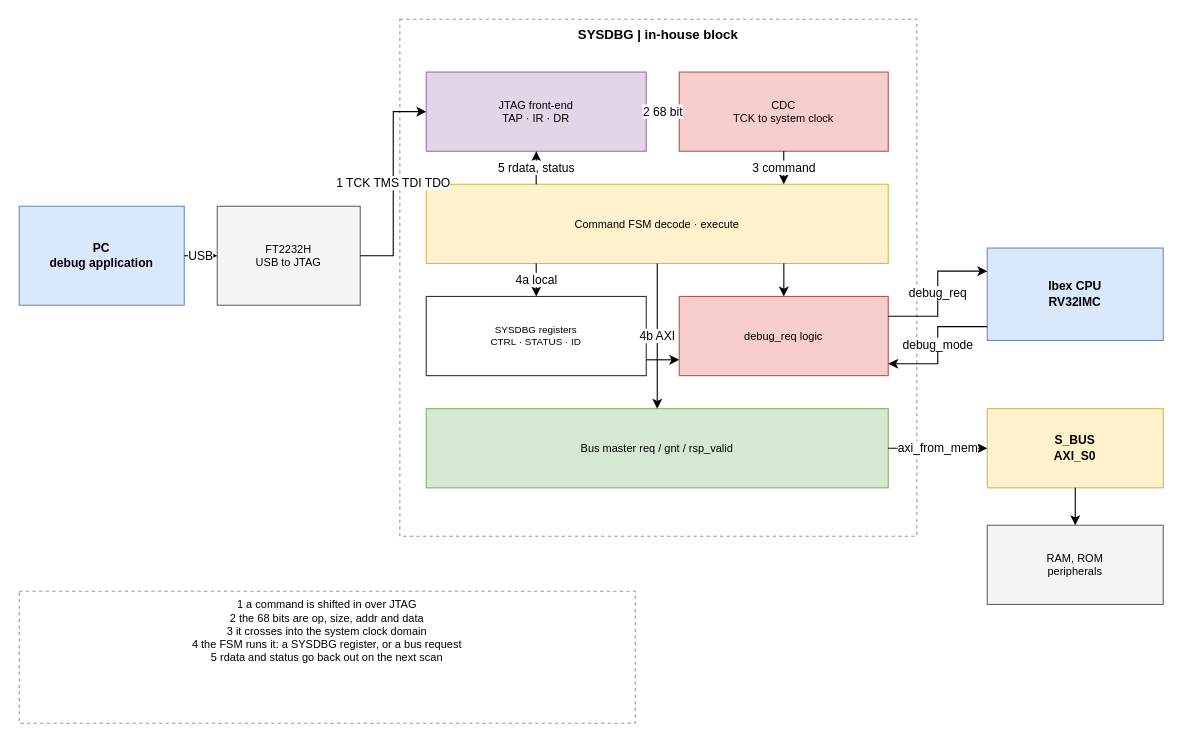
Above: doc/drawio/QNSC_Debugger_Block.drawio in quynhonsemiconductor/vlsi_deep_training (draw.io), before the change. Source tidied: cells renumbered, new cells numbered last; positions are measured from the earlier drawing's top-left corner, leaving out a move shared by most shapes. Both pictures are drawn from the tidied source at 110%, with x=0, y=0 at pixel (19, 19).
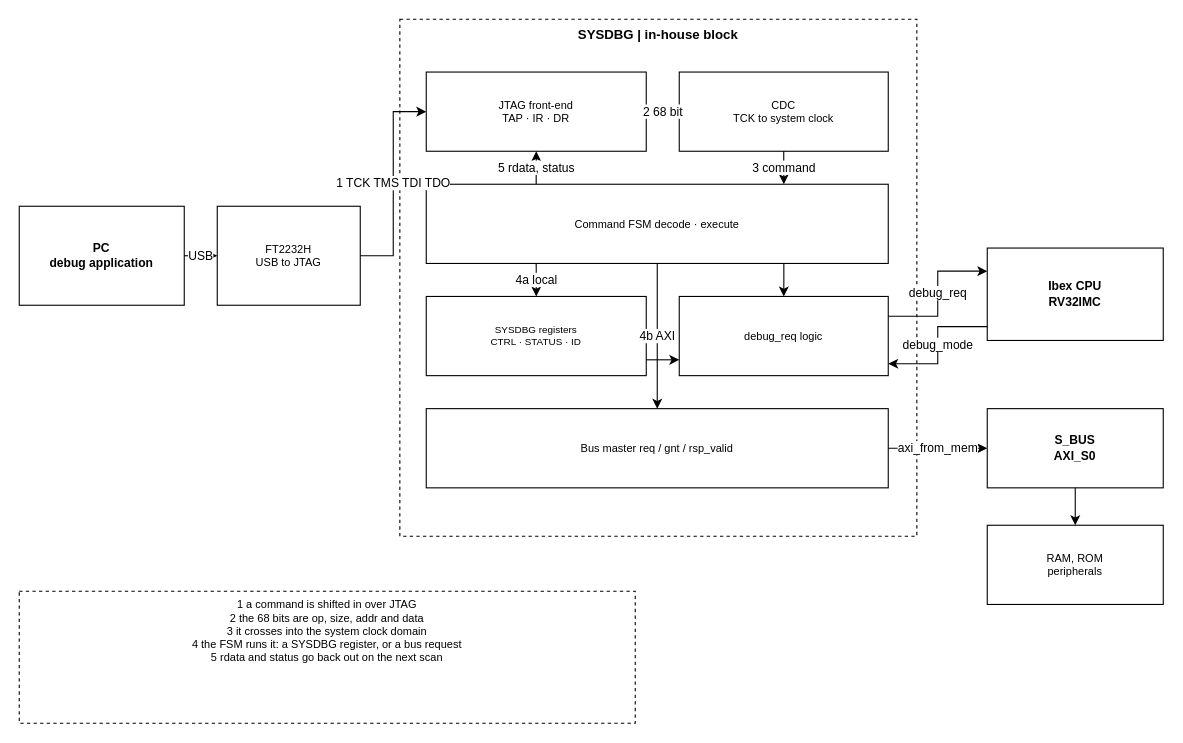
The same diagram, later.

The edit, as a diff of the source:
```diff
@@
-    <mxCell id="2" value="PC&#10;debug application" style="rounded=0;whiteSpace=wrap;html=1;fillColor=#dae8fc;strokeColor=#6c8ebf;fontSize=11;dashed=0;fontStyle=1;verticalAlign=middle;" parent="1" vertex="1">
+    <mxCell id="2" value="PC&#10;debug application" style="rounded=0;whiteSpace=wrap;html=1;fillColor=#ffffff;strokeColor=#000000;fontSize=11;dashed=0;fontStyle=1;verticalAlign=middle;" parent="1" vertex="1">
       <mxGeometry y="170" width="150" height="90" as="geometry" />
     </mxCell>
-    <mxCell id="3" value="FT2232H&#10;USB to JTAG" style="rounded=0;whiteSpace=wrap;html=1;fillColor=#f5f5f5;strokeColor=#666666;fontSize=10;dashed=0;verticalAlign=middle;" parent="1" vertex="1">
+    <mxCell id="3" value="FT2232H&#10;USB to JTAG" style="rounded=0;whiteSpace=wrap;html=1;fillColor=#ffffff;strokeColor=#000000;fontSize=10;dashed=0;verticalAlign=middle;" parent="1" vertex="1">
       <mxGeometry x="180" y="170" width="130" height="90" as="geometry" />
     </mxCell>
-    <mxCell id="4" value="SYSDBG  |  in-house block" style="rounded=0;whiteSpace=wrap;html=1;fillColor=none;strokeColor=#999999;fontSize=12;dashed=1;fontStyle=1;verticalAlign=top;" parent="1" vertex="1">
+    <mxCell id="4" value="SYSDBG  |  in-house block" style="rounded=0;whiteSpace=wrap;html=1;fillColor=none;strokeColor=#000000;fontSize=12;dashed=1;fontStyle=1;verticalAlign=top;" parent="1" vertex="1">
       <mxGeometry x="346" width="470" height="470" as="geometry" />
     </mxCell>
-    <mxCell id="5" value="JTAG front-end&#10;TAP · IR · DR" style="rounded=0;whiteSpace=wrap;html=1;fillColor=#e1d5e7;strokeColor=#9673a6;fontSize=10;dashed=0;verticalAlign=middle;" parent="1" vertex="1">
+    <mxCell id="5" value="JTAG front-end&#10;TAP · IR · DR" style="rounded=0;whiteSpace=wrap;html=1;fillColor=#ffffff;strokeColor=#000000;fontSize=10;dashed=0;verticalAlign=middle;" parent="1" vertex="1">
       <mxGeometry x="370" y="48" width="200" height="72" as="geometry" />
     </mxCell>
-    <mxCell id="6" value="CDC&#10;TCK to system clock" style="rounded=0;whiteSpace=wrap;html=1;fillColor=#f8cecc;strokeColor=#b85450;fontSize=10;dashed=0;verticalAlign=middle;" parent="1" vertex="1">
+    <mxCell id="6" value="CDC&#10;TCK to system clock" style="rounded=0;whiteSpace=wrap;html=1;fillColor=#ffffff;strokeColor=#000000;fontSize=10;dashed=0;verticalAlign=middle;" parent="1" vertex="1">
       <mxGeometry x="600" y="48" width="190" height="72" as="geometry" />
     </mxCell>
-    <mxCell id="7" value="Command FSM   decode · execute" style="rounded=0;whiteSpace=wrap;html=1;fillColor=#fff2cc;strokeColor=#d6b656;fontSize=10;dashed=0;verticalAlign=middle;" parent="1" vertex="1">
+    <mxCell id="7" value="Command FSM   decode · execute" style="rounded=0;whiteSpace=wrap;html=1;fillColor=#ffffff;strokeColor=#000000;fontSize=10;dashed=0;verticalAlign=middle;" parent="1" vertex="1">
       <mxGeometry x="370" y="150" width="420" height="72" as="geometry" />
     </mxCell>
-    <mxCell id="8" value="SYSDBG registers&#10;CTRL · STATUS · ID" style="rounded=0;whiteSpace=wrap;html=1;fillColor=#ffffff;strokeColor=#333333;fontSize=9;dashed=0;verticalAlign=middle;" parent="1" vertex="1">
+    <mxCell id="8" value="SYSDBG registers&#10;CTRL · STATUS · ID" style="rounded=0;whiteSpace=wrap;html=1;fillColor=#ffffff;strokeColor=#000000;fontSize=9;dashed=0;verticalAlign=middle;" parent="1" vertex="1">
       <mxGeometry x="370" y="252" width="200" height="72" as="geometry" />
     </mxCell>
-    <mxCell id="9" value="debug_req logic" style="rounded=0;whiteSpace=wrap;html=1;fillColor=#f8cecc;strokeColor=#b85450;fontSize=10;dashed=0;verticalAlign=middle;" parent="1" vertex="1">
+    <mxCell id="9" value="debug_req logic" style="rounded=0;whiteSpace=wrap;html=1;fillColor=#ffffff;strokeColor=#000000;fontSize=10;dashed=0;verticalAlign=middle;" parent="1" vertex="1">
       <mxGeometry x="600" y="252" width="190" height="72" as="geometry" />
     </mxCell>
-    <mxCell id="10" value="Bus master  req / gnt / rsp_valid" style="rounded=0;whiteSpace=wrap;html=1;fillColor=#d5e8d4;strokeColor=#82b366;fontSize=10;dashed=0;verticalAlign=middle;" parent="1" vertex="1">
+    <mxCell id="10" value="Bus master  req / gnt / rsp_valid" style="rounded=0;whiteSpace=wrap;html=1;fillColor=#ffffff;strokeColor=#000000;fontSize=10;dashed=0;verticalAlign=middle;" parent="1" vertex="1">
       <mxGeometry x="370" y="354" width="420" height="72" as="geometry" />
     </mxCell>
-    <mxCell id="11" value="Ibex CPU&#10;RV32IMC" style="rounded=0;whiteSpace=wrap;html=1;fillColor=#dae8fc;strokeColor=#6c8ebf;fontSize=11;dashed=0;fontStyle=1;verticalAlign=middle;" parent="1" vertex="1">
+    <mxCell id="11" value="Ibex CPU&#10;RV32IMC" style="rounded=0;whiteSpace=wrap;html=1;fillColor=#ffffff;strokeColor=#000000;fontSize=11;dashed=0;fontStyle=1;verticalAlign=middle;" parent="1" vertex="1">
       <mxGeometry x="880" y="208" width="160" height="84" as="geometry" />
     </mxCell>
-    <mxCell id="12" value="S_BUS&#10;AXI_S0" style="rounded=0;whiteSpace=wrap;html=1;fillColor=#fff2cc;strokeColor=#d6b656;fontSize=11;dashed=0;fontStyle=1;verticalAlign=middle;" parent="1" vertex="1">
+    <mxCell id="12" value="S_BUS&#10;AXI_S0" style="rounded=0;whiteSpace=wrap;html=1;fillColor=#ffffff;strokeColor=#000000;fontSize=11;dashed=0;fontStyle=1;verticalAlign=middle;" parent="1" vertex="1">
       <mxGeometry x="880" y="354" width="160" height="72" as="geometry" />
     </mxCell>
-    <mxCell id="13" value="RAM, ROM&#10;peripherals" style="rounded=0;whiteSpace=wrap;html=1;fillColor=#f5f5f5;strokeColor=#666666;fontSize=10;dashed=0;verticalAlign=middle;" parent="1" vertex="1">
+    <mxCell id="13" value="RAM, ROM&#10;peripherals" style="rounded=0;whiteSpace=wrap;html=1;fillColor=#ffffff;strokeColor=#000000;fontSize=10;dashed=0;verticalAlign=middle;" parent="1" vertex="1">
       <mxGeometry x="880" y="460" width="160" height="72" as="geometry" />
     </mxCell>
-    <mxCell id="14" value="1  a command is shifted in over JTAG&#10;2  the 68 bits are op, size, addr and data&#10;3  it crosses into the system clock domain&#10;4  the FSM runs it: a SYSDBG register, or a bus request&#10;5  rdata and status go back out on the next scan" style="rounded=0;whiteSpace=wrap;html=1;fillColor=none;strokeColor=#999999;fontSize=10;dashed=1;verticalAlign=top;" parent="1" vertex="1">
+    <mxCell id="14" value="1  a command is shifted in over JTAG&#10;2  the 68 bits are op, size, addr and data&#10;3  it crosses into the system clock domain&#10;4  the FSM runs it: a SYSDBG register, or a bus request&#10;5  rdata and status go back out on the next scan" style="rounded=0;whiteSpace=wrap;html=1;fillColor=none;strokeColor=#000000;fontSize=10;dashed=1;verticalAlign=top;" parent="1" vertex="1">
       <mxGeometry y="520" width="560" height="120" as="geometry" />
     </mxCell>
```
